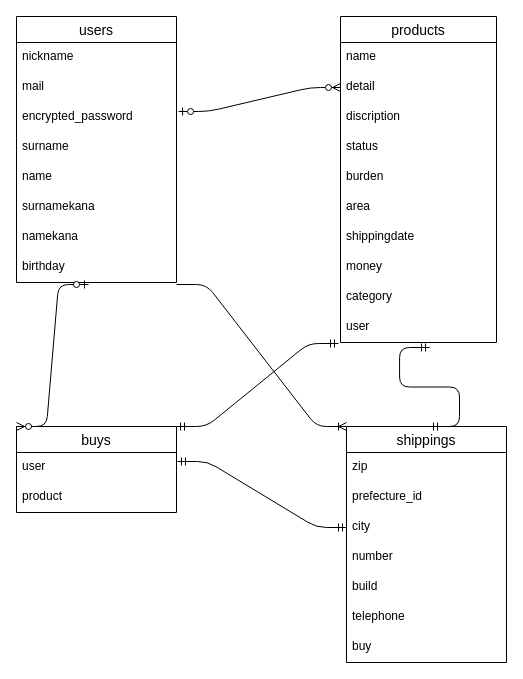
This is er.dio from meipolka831/furima-34958, a draw.io file, before an edit. Source tidied: cells renumbered, new cells numbered last; positions are measured from the earlier drawing's top-left corner, leaving out a move shared by most shapes. Both pictures are drawn from the tidied source at 100%, with x=0, y=0 at pixel (16, 16).
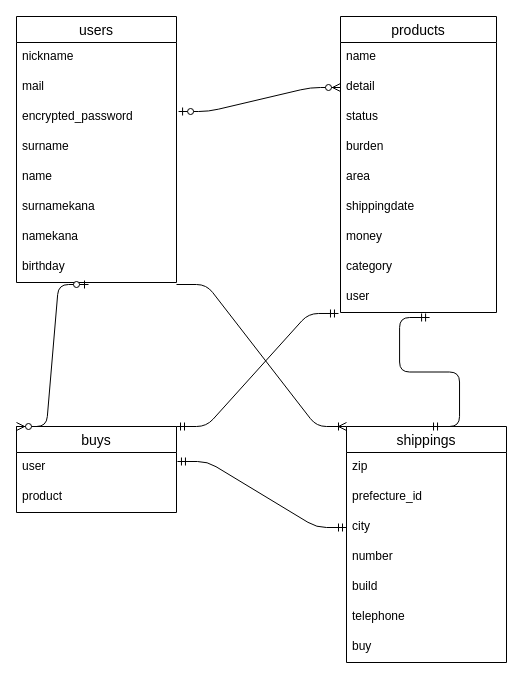
Above is the later version.

Diff of the diagram source:
```diff
@@
     <mxCell id="22" value="products" style="swimlane;fontStyle=0;horizontal=1;startSize=26;align=center;fontSize=14;" parent="1" vertex="1">
-      <mxGeometry x="324" width="156" height="326" as="geometry" />
+      <mxGeometry x="324" width="156" height="296" as="geometry" />
     </mxCell>
@@
-    <mxCell id="25" value="discription" style="text;strokeColor=none;fillColor=none;spacingLeft=4;spacingRight=4;overflow=hidden;fontSize=12;" parent="22" vertex="1">
-      <mxGeometry y="86" width="156" height="30" as="geometry" />
-    </mxCell>
     <mxCell id="26" value="status" style="text;strokeColor=none;fillColor=none;spacingLeft=4;spacingRight=4;overflow=hidden;fontSize=12;" parent="22" vertex="1">
-      <mxGeometry y="116" width="156" height="30" as="geometry" />
+      <mxGeometry y="86" width="156" height="30" as="geometry" />
     </mxCell>
     <mxCell id="27" value="burden" style="text;strokeColor=none;fillColor=none;spacingLeft=4;spacingRight=4;overflow=hidden;fontSize=12;" parent="22" vertex="1">
-      <mxGeometry y="146" width="156" height="30" as="geometry" />
+      <mxGeometry y="116" width="156" height="30" as="geometry" />
     </mxCell>
     <mxCell id="28" value="area" style="text;strokeColor=none;fillColor=none;spacingLeft=4;spacingRight=4;overflow=hidden;fontSize=12;" parent="22" vertex="1">
-      <mxGeometry y="176" width="156" height="30" as="geometry" />
+      <mxGeometry y="146" width="156" height="30" as="geometry" />
     </mxCell>
     <mxCell id="29" value="shippingdate" style="text;strokeColor=none;fillColor=none;spacingLeft=4;spacingRight=4;overflow=hidden;fontSize=12;" parent="22" vertex="1">
-      <mxGeometry y="206" width="156" height="30" as="geometry" />
+      <mxGeometry y="176" width="156" height="30" as="geometry" />
     </mxCell>
     <mxCell id="30" value="money" style="text;strokeColor=none;fillColor=none;spacingLeft=4;spacingRight=4;overflow=hidden;fontSize=12;" parent="22" vertex="1">
-      <mxGeometry y="236" width="156" height="30" as="geometry" />
+      <mxGeometry y="206" width="156" height="30" as="geometry" />
     </mxCell>
     <mxCell id="31" value="category" style="text;strokeColor=none;fillColor=none;spacingLeft=4;spacingRight=4;overflow=hidden;fontSize=12;" parent="22" vertex="1">
-      <mxGeometry y="266" width="156" height="30" as="geometry" />
+      <mxGeometry y="236" width="156" height="30" as="geometry" />
     </mxCell>
     <mxCell id="32" value="user" style="text;strokeColor=none;fillColor=none;spacingLeft=4;spacingRight=4;overflow=hidden;points=[[0,0.5],[1,0.5]];portConstraint=eastwest;fontSize=12;" parent="22" vertex="1">
-      <mxGeometry y="296" width="156" height="30" as="geometry" />
+      <mxGeometry y="266" width="156" height="30" as="geometry" />
     </mxCell>
```
